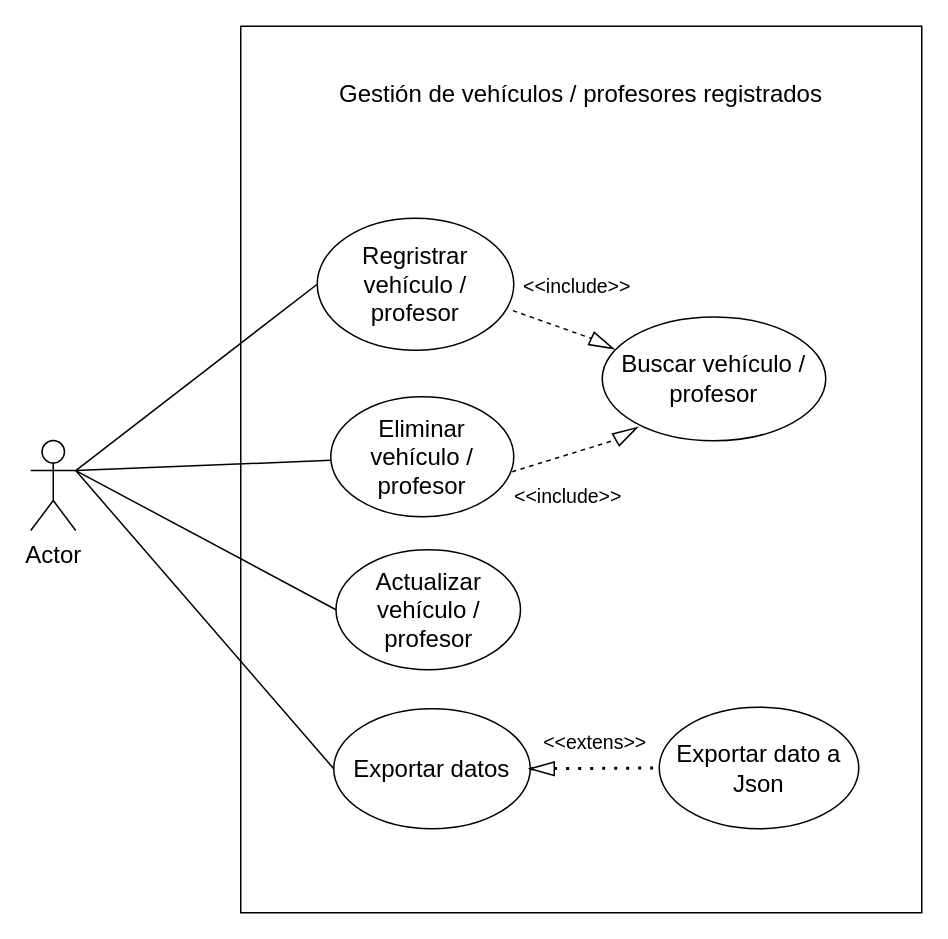
Before: page "Página-1" (1 of 2) of Diagramas/Diagramas/Diagrama de Casos de Uso.drawio in sergiosimonf/Proyecto-Aparcamiento, a draw.io diagram. Source tidied: cells renumbered, new cells numbered last; positions are measured from the earlier drawing's top-left corner, leaving out a move shared by most shapes. Both pictures are drawn from the tidied source at 150%, with x=0, y=0 at pixel (30, 26).
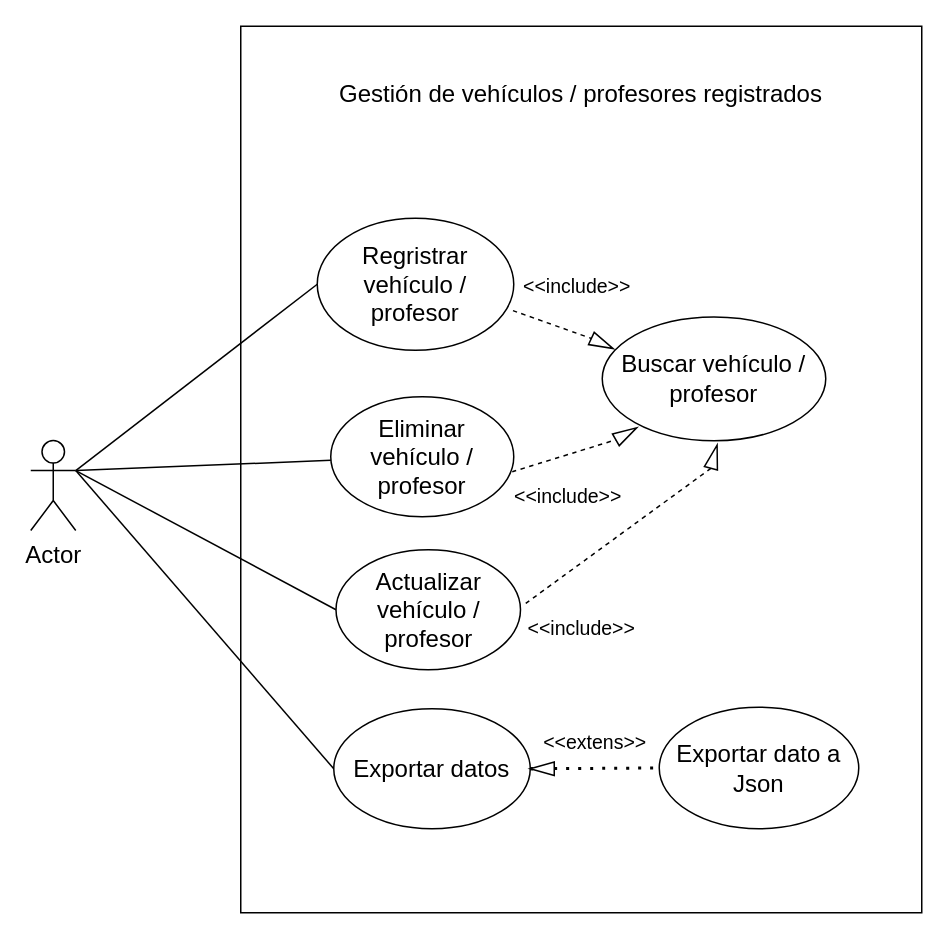
The same diagram, later.

Change to the diagram source:
```diff
@@
+    <mxCell id="25" style="triangle;whiteSpace=wrap;html=1;fontSize=16;rotation=-75;" parent="1" vertex="1">
+      <mxGeometry x="447.5" y="282.5" width="16" height="9" as="geometry" />
+    </mxCell>
+    <mxCell id="26" style="endArrow=none;dashed=1;html=1;rounded=0;fontSize=12;startSize=8;endSize=8;curved=1;entryX=0;entryY=0.5;entryDx=0;entryDy=0;" parent="1" edge="1" target="25">
+      <mxGeometry relative="1" as="geometry">
+        <mxPoint x="330" y="384.8" as="sourcePoint" />
+      </mxGeometry>
+    </mxCell>
+    <mxCell id="27" value="&lt;font style=&quot;font-size: 13px;&quot;&gt;&amp;lt;&amp;lt;include&amp;gt;&amp;gt;&lt;/font&gt;" style="text;html=1;strokeColor=none;fillColor=none;align=center;verticalAlign=middle;whiteSpace=wrap;rounded=0;fontSize=16;" parent="1" vertex="1">
+      <mxGeometry x="316" y="384.8" width="103" height="30" as="geometry" />
+    </mxCell>
```
